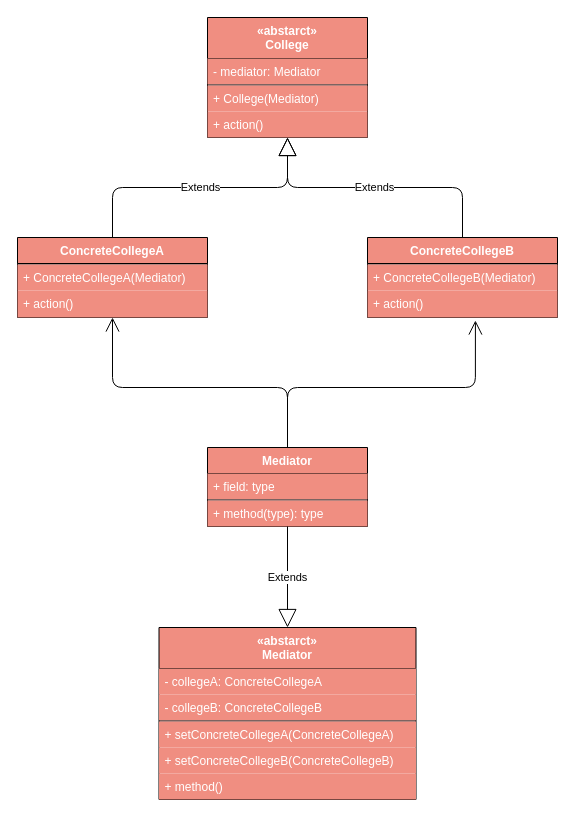
Before: docs/drawio/Mediator.drawio in CodePoem/VDesignPatterns, a draw.io diagram. Source tidied: cells renumbered, new cells numbered last; positions are measured from the earlier drawing's top-left corner, leaving out a move shared by most shapes. Both pictures are drawn from the tidied source at 100%, with x=0, y=0 at pixel (17, 17).
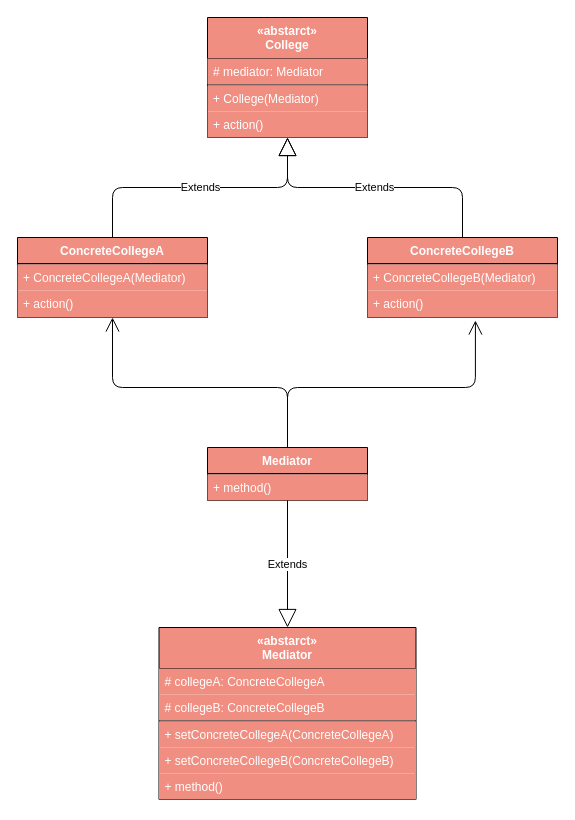
The same diagram, later.

Unchanged cells that the change refers to:
```xml
<mxCell id="6" value="«abstarct»&#10;College" style="swimlane;fontStyle=1;align=center;verticalAlign=top;horizontal=1;startSize=41;fillColor=#F08E81;fontColor=#FFFFFF;" parent="1" vertex="1">
  <mxGeometry x="190" width="160" height="120" as="geometry" />
</mxCell>
<mxCell id="15" value="«abstarct»&#10;Mediator" style="swimlane;fontStyle=1;align=center;verticalAlign=top;horizontal=1;startSize=41;fillColor=#F08E81;fontColor=#FFFFFF;" parent="1" vertex="1">
  <mxGeometry x="141.5" y="610" width="257" height="172" as="geometry" />
</mxCell>
```

Change to the diagram source:
```diff
@@
     <mxCell id="2" value="Mediator" style="swimlane;fontStyle=1;align=center;verticalAlign=top;horizontal=1;startSize=26;fillColor=#F08E81;fontColor=#FFFFFF;" parent="1" vertex="1">
-      <mxGeometry x="190" y="430" width="160" height="79" as="geometry" />
+      <mxGeometry x="190" y="430" width="160" height="53" as="geometry" />
     </mxCell>
-    <mxCell id="3" value="+ field: type" style="text;strokeColor=none;fillColor=#F08E81;align=left;verticalAlign=top;spacingLeft=4;spacingRight=4;overflow=hidden;fontColor=#FFFFFF;" parent="2" vertex="1">
-      <mxGeometry y="26" width="160" height="26" as="geometry" />
-    </mxCell>
     <mxCell id="4" style="line;strokeWidth=1;fillColor=#F08E81;align=left;verticalAlign=middle;spacingTop=-1;spacingLeft=3;spacingRight=3;labelPosition=right;fontColor=#FFFFFF;" parent="2" vertex="1">
-      <mxGeometry y="52" width="160" height="1" as="geometry" />
+      <mxGeometry y="26" width="160" height="1" as="geometry" />
     </mxCell>
-    <mxCell id="5" value="+ method(type): type" style="text;strokeColor=none;fillColor=#F08E81;align=left;verticalAlign=top;spacingLeft=4;spacingRight=4;overflow=hidden;fontColor=#FFFFFF;" parent="2" vertex="1">
-      <mxGeometry y="53" width="160" height="26" as="geometry" />
+    <mxCell id="5" value="+ method()" style="text;strokeColor=none;fillColor=#F08E81;align=left;verticalAlign=top;spacingLeft=4;spacingRight=4;overflow=hidden;fontColor=#FFFFFF;" parent="2" vertex="1">
+      <mxGeometry y="27" width="160" height="26" as="geometry" />
     </mxCell>
@@
-    <mxCell id="7" value="- mediator: Mediator" style="text;strokeColor=none;fillColor=#F08E81;align=left;verticalAlign=top;spacingLeft=4;spacingRight=4;overflow=hidden;fontColor=#FFFFFF;" parent="6" vertex="1">
+    <mxCell id="7" value="# mediator: Mediator" style="text;strokeColor=none;fillColor=#F08E81;align=left;verticalAlign=top;spacingLeft=4;spacingRight=4;overflow=hidden;fontColor=#FFFFFF;" parent="6" vertex="1">
       <mxGeometry y="41" width="160" height="26" as="geometry" />
     </mxCell>
@@
-    <mxCell id="16" value="- collegeA: ConcreteCollegeA" style="text;strokeColor=none;fillColor=#F08E81;align=left;verticalAlign=top;spacingLeft=4;spacingRight=4;overflow=hidden;fontColor=#FFFFFF;" parent="15" vertex="1">
+    <mxCell id="16" value="# collegeA: ConcreteCollegeA" style="text;strokeColor=none;fillColor=#F08E81;align=left;verticalAlign=top;spacingLeft=4;spacingRight=4;overflow=hidden;fontColor=#FFFFFF;" parent="15" vertex="1">
       <mxGeometry y="41" width="257" height="26" as="geometry" />
     </mxCell>
-    <mxCell id="17" value="- collegeB: ConcreteCollegeB" style="text;strokeColor=none;fillColor=#F08E81;align=left;verticalAlign=top;spacingLeft=4;spacingRight=4;overflow=hidden;fontColor=#FFFFFF;" parent="15" vertex="1">
+    <mxCell id="17" value="# collegeB: ConcreteCollegeB" style="text;strokeColor=none;fillColor=#F08E81;align=left;verticalAlign=top;spacingLeft=4;spacingRight=4;overflow=hidden;fontColor=#FFFFFF;" parent="15" vertex="1">
       <mxGeometry y="67" width="257" height="26" as="geometry" />
     </mxCell>
```
